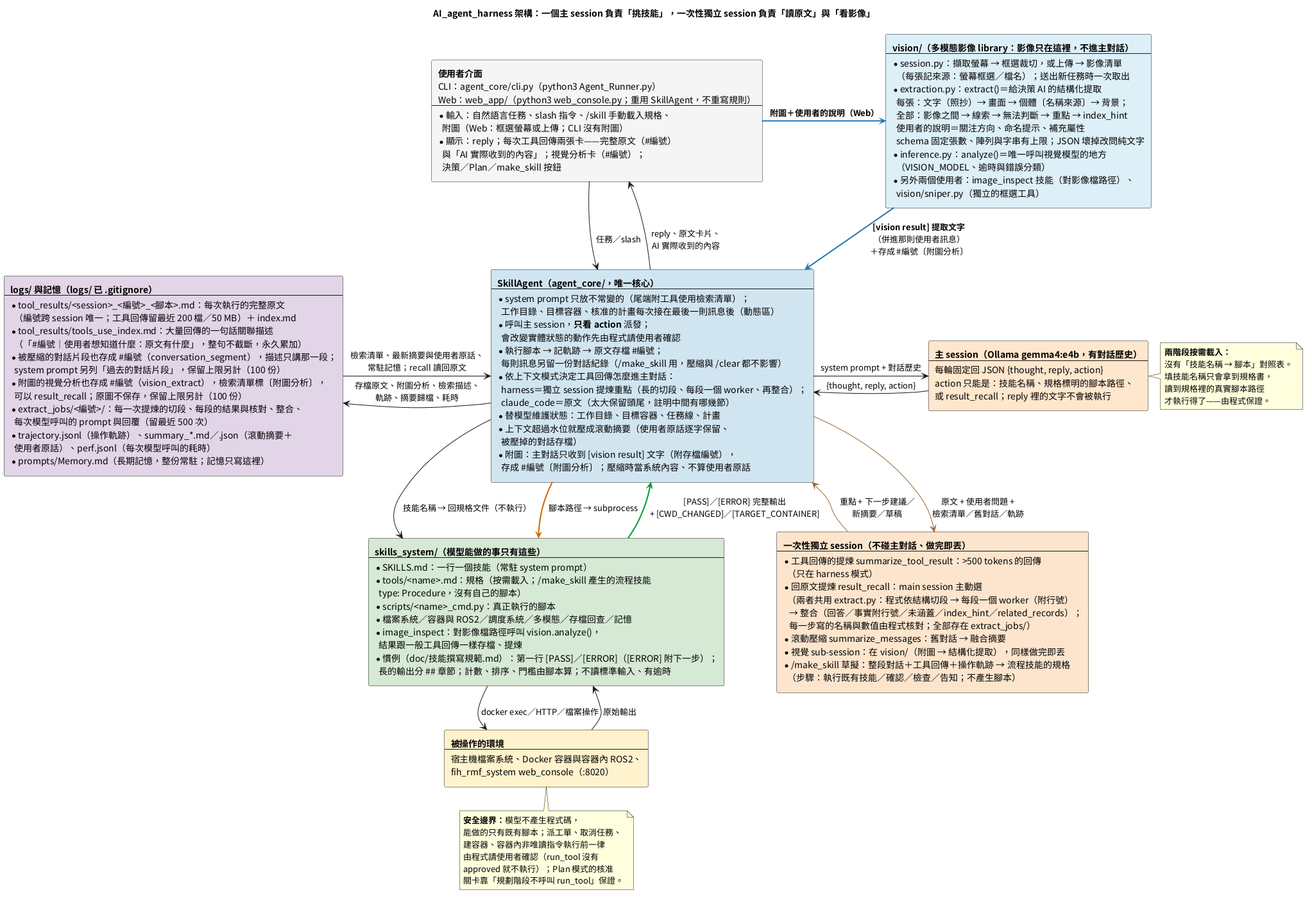
Before: doc/images/AI_agent_harness的說明.png, a diagram exported from PlantUML (DavidZox/Coding_agnet).
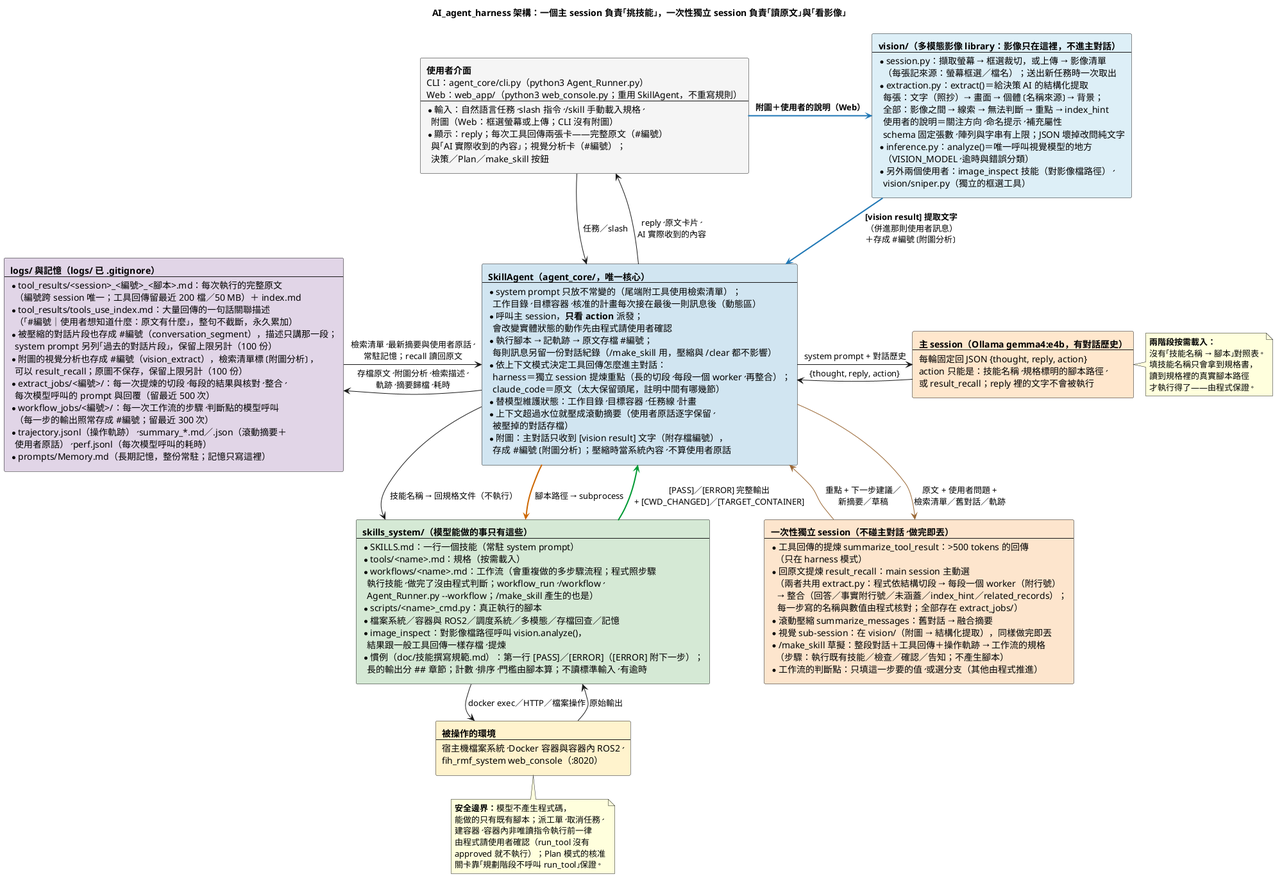
After the commit.

What changed in the source:
```diff
@@ -3,7 +3,7 @@
 skinparam ranksep 60
 skinparam nodesep 60
 skinparam shadowing false
-skinparam defaultFontName "Noto Sans CJK TC"
+skinparam defaultFontName "Microsoft JhengHei"
 
 title AI_agent_harness 架構：一個主 session 負責「挑技能」，一次性獨立 session 負責「讀原文」與「看影像」
 
@@ -73,16 +73,19 @@
      每一步寫的名稱與數值由程式核對；全部存在 extract_jobs/）
   * 滾動壓縮 summarize_messages：舊對話 → 融合摘要
   * 視覺 sub-session：在 vision/（附圖 → 結構化提取），同樣做完即丟
-  * /make_skill 草擬：整段對話＋工具回傳＋操作軌跡 → 流程技能的規格
-    （步驟：執行既有技能／確認／檢查／告知；不產生腳本）
+  * /make_skill 草擬：整段對話＋工具回傳＋操作軌跡 → 工作流的規格
+    （步驟：執行既有技能／檢查／確認／告知；不產生腳本）
+  * 工作流的判斷點：只填這一步要的值、或選分支（其他由程式推進）
 ]
 
 rectangle NodeSkills #D5E8D4 [
   **skills_system/（模型能做的事只有這些）**
   ----
   * SKILLS.md：一行一個技能（常駐 system prompt）
-  * tools/<name>.md：規格（按需載入；/make_skill 產生的流程技能
-    type: Procedure，沒有自己的腳本）
+  * tools/<name>.md：規格（按需載入）
+  * workflows/<name>.md：工作流（會重複做的多步驟流程；程式照步驟
+    執行技能、做完了沒由程式判斷；workflow_run、/workflow、
+    Agent_Runner.py --workflow；/make_skill 產生的也是）
   * scripts/<name>_cmd.py：真正執行的腳本
   * 檔案系統／容器與 ROS2／調度系統／多模態／存檔回查／記憶
   * image_inspect：對影像檔路徑呼叫 vision.analyze()，
@@ -111,6 +114,8 @@
     可以 result_recall；原圖不保存，保留上限另計（100 份）
   * extract_jobs/<編號>/：每一次提煉的切段、每段的結果與核對、整合、
     每次模型呼叫的 prompt 與回覆（留最近 500 次）
+  * workflow_jobs/<編號>/：每一次工作流的步驟、判斷點的模型呼叫
+    （每一步的輸出照常存成 #編號；留最近 300 次）
   * trajectory.jsonl（操作軌跡）、summary_*.md／.json（滾動摘要＋
     使用者原話）、perf.jsonl（每次模型呼叫的耗時）
   * prompts/Memory.md（長期記憶，整份常駐；記憶只寫這裡）
```
